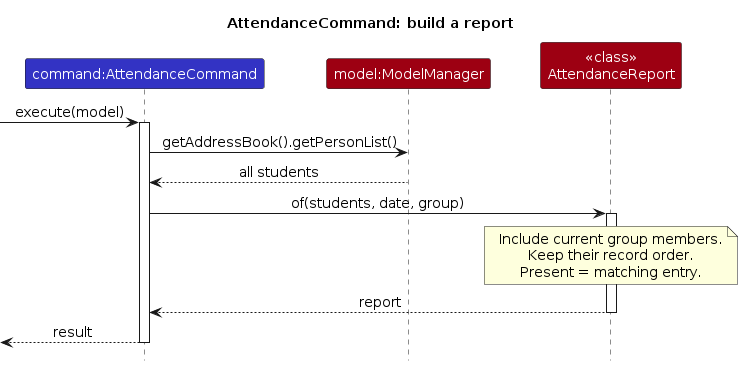
Earlier version of the PlantUML export diagrams/AttendanceSequenceDiagram.png (AY2627S1-CS2103T-F12-1/tp). Its source is kept beside it as diagrams/AttendanceSequenceDiagram.puml.
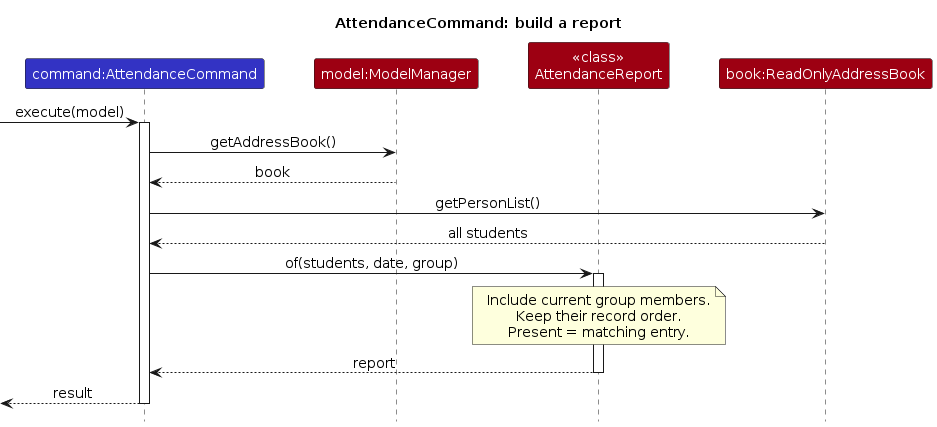
The same file after the commit.

Change to the diagram source:
```diff
@@ -6,10 +6,13 @@
 participant "command:AttendanceCommand" as Command LOGIC_COLOR
 participant "model:ModelManager" as Model MODEL_COLOR
 participant "<<class>>\nAttendanceReport" as Report MODEL_COLOR
+participant "book:ReadOnlyAddressBook" as Book MODEL_COLOR
 [-> Command : execute(model)
 activate Command
-Command -> Model : getAddressBook().getPersonList()
-Model --> Command : all students
+Command -> Model : getAddressBook()
+Model --> Command : book
+Command -> Book : getPersonList()
+Book --> Command : all students
 Command -> Report : of(students, date, group)
 activate Report
 note over Report
```
